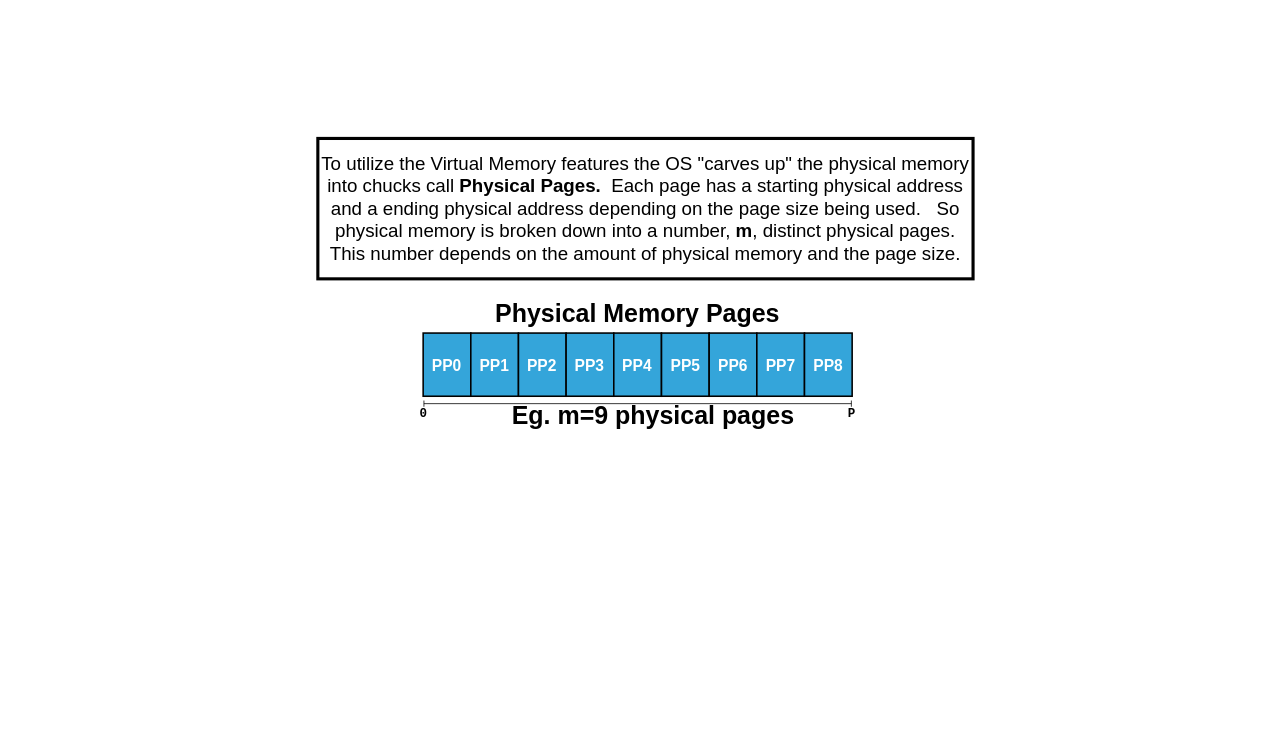
jappavoo/UndertheCovers keeps this draw.io diagram as page "PhysMem-003" (3 of 9) of underthecovers/images/src/VMM.drawio. Above is the earlier version. Source tidied: cells renumbered, new cells numbered last; positions are measured from the earlier drawing's top-left corner, leaving out a move shared by most shapes. Both pictures are drawn from the tidied source at 78%, with x=0, y=0 at pixel (317, 138).
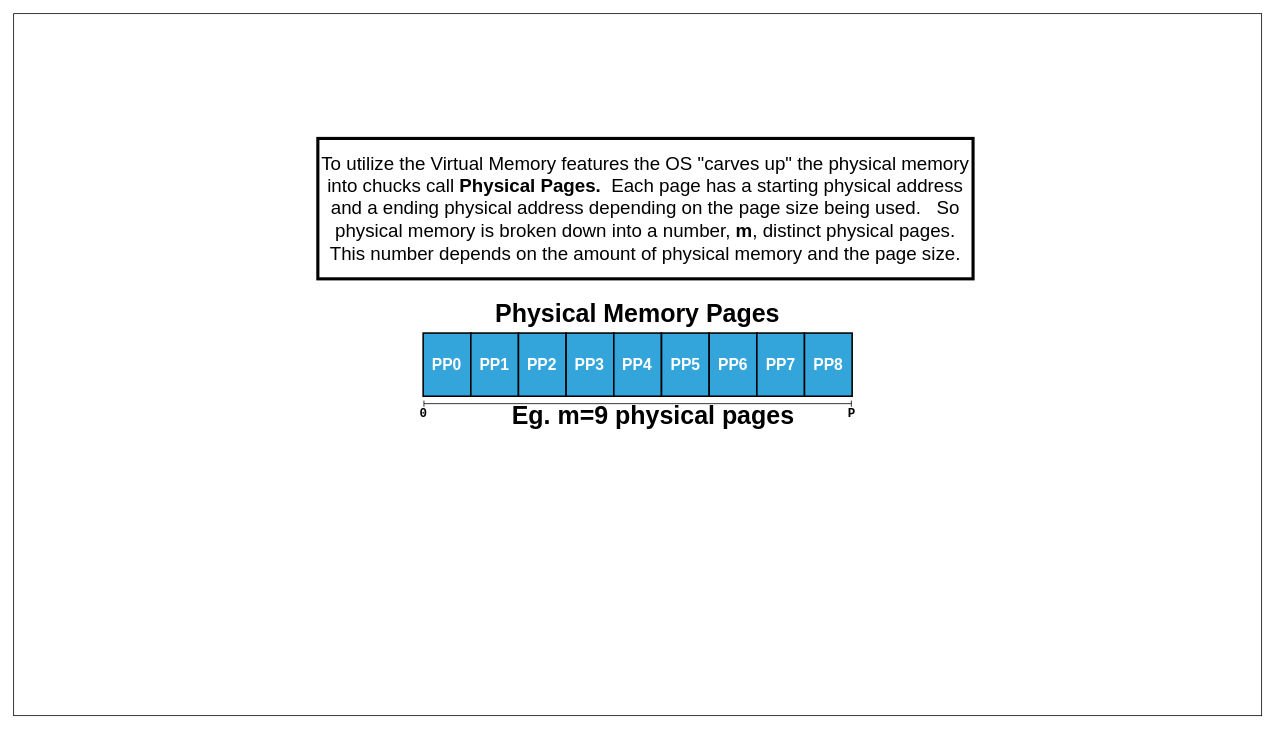
The same diagram, later.

What changed in the source:
```diff
@@
 <mxGraphModel>
   <root>
     <mxCell id="0" />
     <mxCell id="1" parent="0" />
+    <mxCell id="18" style="rounded=0;whiteSpace=wrap;html=1;fontSize=20;fillColor=default;" parent="1" vertex="1">
+      <mxGeometry x="-390" y="-160" width="1600" height="900" as="geometry" />
+    </mxCell>
     <mxCell id="2" value="To utilize the Virtual Memory features the OS &quot;carves up&quot; the physical memory into chucks call &lt;b&gt;Physical Pages.&amp;nbsp; &lt;/b&gt;Each page has a starting physical address and a ending physical address depending on the page size being used.&amp;nbsp; &amp;nbsp;So physical memory is broken down into a number, &lt;b&gt;m&lt;/b&gt;, distinct physical pages. This number depends on the amount of physical memory and the page size." style="rounded=0;whiteSpace=wrap;html=1;strokeWidth=4;fontSize=24;" parent="1" vertex="1">
       <mxGeometry width="840" height="180" as="geometry" />
     </mxCell>
     <mxCell id="3" value="Physical Memory Pages" style="text;html=1;strokeColor=none;fillColor=none;align=center;verticalAlign=middle;whiteSpace=wrap;rounded=0;strokeWidth=4;fontSize=32;fontStyle=1;" parent="1" vertex="1">
       <mxGeometry x="210" y="210" width="400" height="30" as="geometry" />
     </mxCell>
     <mxCell id="4" value="Eg. m=9 physical pages" style="text;html=1;strokeColor=none;fillColor=none;align=center;verticalAlign=middle;whiteSpace=wrap;rounded=0;strokeWidth=4;fontSize=32;fontStyle=1;" parent="1" vertex="1">
       <mxGeometry x="225" y="341" width="410" height="30" as="geometry" />
     </mxCell>
     <mxCell id="5" style="endArrow=baseDash;startArrow=baseDash;html=1;rounded=0;fontSize=32;startFill=0;endFill=0;" parent="1" edge="1">
       <mxGeometry relative="1" as="geometry">
         <mxPoint x="136" y="340" as="sourcePoint" />
         <mxPoint x="684" y="340" as="targetPoint" />
       </mxGeometry>
     </mxCell>
     <mxCell id="6" value="&lt;span style=&quot;font-size: 16px;&quot;&gt;0&lt;/span&gt;" style="text;html=1;align=center;verticalAlign=middle;fillColor=none;strokeColor=none;rounded=0;fontSize=24;fontFamily=Courier New;fontStyle=1;" parent="1" vertex="1">
       <mxGeometry x="120" y="331" width="30" height="40" as="geometry" />
     </mxCell>
     <mxCell id="7" value="&lt;span style=&quot;font-size: 16px;&quot;&gt;P&lt;/span&gt;" style="text;html=1;align=center;verticalAlign=middle;fillColor=none;strokeColor=none;rounded=0;fontSize=24;fontFamily=Courier New;fontStyle=1;" parent="1" vertex="1">
       <mxGeometry x="669" y="331" width="30" height="40" as="geometry" />
     </mxCell>
     <mxCell id="8" style="group;fillColor=#34A5DA;" parent="1" vertex="1">
       <mxGeometry x="135" y="249.5" width="550" height="81" as="geometry" />
     </mxCell>
     <mxCell id="9" value="&lt;font style=&quot;font-size: 20px;&quot;&gt;PP0&lt;/font&gt;" style="rounded=0;whiteSpace=wrap;html=1;strokeWidth=2;fillColor=#34A5DA;fontColor=#FFFFFF;fontSize=20;fontStyle=1;" parent="8" vertex="1">
       <mxGeometry width="61.1" height="81" as="geometry" />
     </mxCell>
     <mxCell id="10" value="PP1" style="rounded=0;whiteSpace=wrap;html=1;strokeWidth=2;fillColor=#34A5DA;fontSize=20;fontColor=#FFFFFF;fontStyle=1;" parent="8" vertex="1">
       <mxGeometry x="61.1" width="61.1" height="81" as="geometry" />
     </mxCell>
     <mxCell id="11" value="PP2" style="rounded=0;whiteSpace=wrap;html=1;strokeWidth=2;fillColor=#34A5DA;fontSize=20;fontColor=#FFFFFF;fontStyle=1;" parent="8" vertex="1">
       <mxGeometry x="122.2" width="61.1" height="81" as="geometry" />
     </mxCell>
     <mxCell id="12" value="PP3" style="rounded=0;whiteSpace=wrap;html=1;strokeWidth=2;fillColor=#34A5DA;fontSize=20;fontColor=#FFFFFF;fontStyle=1;" parent="8" vertex="1">
       <mxGeometry x="183.3" width="61.1" height="81" as="geometry" />
     </mxCell>
     <mxCell id="13" value="PP4" style="rounded=0;whiteSpace=wrap;html=1;strokeWidth=2;fillColor=#34A5DA;fontSize=20;fontColor=#FFFFFF;fontStyle=1;" parent="8" vertex="1">
       <mxGeometry x="244.4" width="61.1" height="81" as="geometry" />
     </mxCell>
     <mxCell id="14" value="PP5" style="rounded=0;whiteSpace=wrap;html=1;strokeWidth=2;fillColor=#34A5DA;fontSize=20;fontColor=#FFFFFF;fontStyle=1;" parent="8" vertex="1">
       <mxGeometry x="305.6" width="61.1" height="81" as="geometry" />
     </mxCell>
     <mxCell id="15" value="PP6" style="rounded=0;whiteSpace=wrap;html=1;strokeWidth=2;fillColor=#34A5DA;fontSize=20;fontColor=#FFFFFF;fontStyle=1;" parent="8" vertex="1">
       <mxGeometry x="366.7" width="61.1" height="81" as="geometry" />
     </mxCell>
     <mxCell id="16" value="PP7" style="rounded=0;whiteSpace=wrap;html=1;strokeWidth=2;fillColor=#34A5DA;fontSize=20;fontColor=#FFFFFF;fontStyle=1;" parent="8" vertex="1">
       <mxGeometry x="427.8" width="61.1" height="81" as="geometry" />
     </mxCell>
     <mxCell id="17" value="PP8" style="rounded=0;whiteSpace=wrap;html=1;strokeWidth=2;fillColor=#34A5DA;fontSize=20;fontColor=#FFFFFF;fontStyle=1;" parent="8" vertex="1">
       <mxGeometry x="488.9" width="61.1" height="81" as="geometry" />
     </mxCell>
   </root>
 </mxGraphModel>
```
